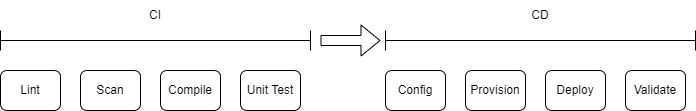
codebytes/github-actions-demos keeps this draw.io diagram as slides/img/pipelines.drawio.png. Above is the earlier version. Source tidied: cells renumbered, new cells last; positions are measured from the earlier drawing's top-left corner, leaving out a move shared by most shapes. Its diagram source:
```xml
<mxGraphModel>
  <root>
    <mxCell id="0" />
    <mxCell id="1" parent="0" />
    <mxCell id="2" value="Lint" style="rounded=1;whiteSpace=wrap;html=1;" parent="1" vertex="1">
      <mxGeometry y="70" width="60" height="40" as="geometry" />
    </mxCell>
    <mxCell id="3" style="shape=crossbar;whiteSpace=wrap;html=1;rounded=1;" parent="1" vertex="1">
      <mxGeometry y="30" width="310" height="20" as="geometry" />
    </mxCell>
    <mxCell id="4" value="CI" style="text;html=1;strokeColor=none;fillColor=none;align=center;verticalAlign=middle;whiteSpace=wrap;rounded=0;" parent="1" vertex="1">
      <mxGeometry x="125" width="60" height="30" as="geometry" />
    </mxCell>
    <mxCell id="5" value="Scan" style="rounded=1;whiteSpace=wrap;html=1;" parent="1" vertex="1">
      <mxGeometry x="80" y="70" width="60" height="40" as="geometry" />
    </mxCell>
    <mxCell id="6" value="Compile" style="rounded=1;whiteSpace=wrap;html=1;" parent="1" vertex="1">
      <mxGeometry x="160" y="70" width="60" height="40" as="geometry" />
    </mxCell>
    <mxCell id="7" value="Unit Test" style="rounded=1;whiteSpace=wrap;html=1;" parent="1" vertex="1">
      <mxGeometry x="240" y="70" width="60" height="40" as="geometry" />
    </mxCell>
    <mxCell id="8" value="Config" style="rounded=1;whiteSpace=wrap;html=1;" parent="1" vertex="1">
      <mxGeometry x="385" y="70" width="60" height="40" as="geometry" />
    </mxCell>
    <mxCell id="9" style="shape=crossbar;whiteSpace=wrap;html=1;rounded=1;" parent="1" vertex="1">
      <mxGeometry x="385" y="30" width="310" height="20" as="geometry" />
    </mxCell>
    <mxCell id="10" value="CD" style="text;html=1;strokeColor=none;fillColor=none;align=center;verticalAlign=middle;whiteSpace=wrap;rounded=0;" parent="1" vertex="1">
      <mxGeometry x="510" width="60" height="30" as="geometry" />
    </mxCell>
    <mxCell id="11" value="Provision" style="rounded=1;whiteSpace=wrap;html=1;" parent="1" vertex="1">
      <mxGeometry x="465" y="70" width="60" height="40" as="geometry" />
    </mxCell>
    <mxCell id="12" value="Deploy" style="rounded=1;whiteSpace=wrap;html=1;" parent="1" vertex="1">
      <mxGeometry x="545" y="70" width="60" height="40" as="geometry" />
    </mxCell>
    <mxCell id="13" value="Validate" style="rounded=1;whiteSpace=wrap;html=1;" parent="1" vertex="1">
      <mxGeometry x="625" y="70" width="60" height="40" as="geometry" />
    </mxCell>
    <mxCell id="14" style="shape=flexArrow;endArrow=classic;html=1;" parent="1" edge="1">
      <mxGeometry relative="1" as="geometry">
        <mxPoint x="320" y="40" as="sourcePoint" />
        <mxPoint x="380" y="40" as="targetPoint" />
      </mxGeometry>
    </mxCell>
  </root>
</mxGraphModel>
```
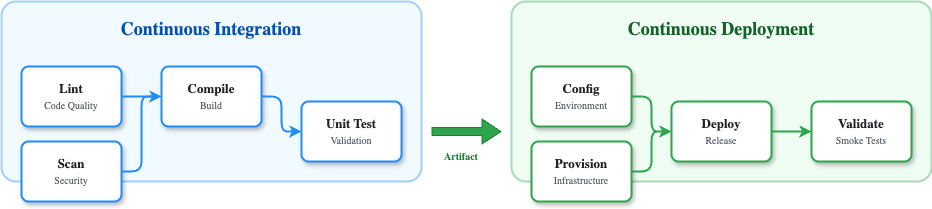
Later version of the same file.

What changed in the source:
```diff
@@ -2,47 +2,68 @@
   <root>
     <mxCell id="0" />
     <mxCell id="1" parent="0" />
-    <mxCell id="2" value="Lint" style="rounded=1;whiteSpace=wrap;html=1;" parent="1" vertex="1">
-      <mxGeometry y="70" width="60" height="40" as="geometry" />
-    </mxCell>
-    <mxCell id="3" style="shape=crossbar;whiteSpace=wrap;html=1;rounded=1;" parent="1" vertex="1">
-      <mxGeometry y="30" width="310" height="20" as="geometry" />
-    </mxCell>
-    <mxCell id="4" value="CI" style="text;html=1;strokeColor=none;fillColor=none;align=center;verticalAlign=middle;whiteSpace=wrap;rounded=0;" parent="1" vertex="1">
-      <mxGeometry x="125" width="60" height="30" as="geometry" />
-    </mxCell>
-    <mxCell id="5" value="Scan" style="rounded=1;whiteSpace=wrap;html=1;" parent="1" vertex="1">
-      <mxGeometry x="80" y="70" width="60" height="40" as="geometry" />
-    </mxCell>
-    <mxCell id="6" value="Compile" style="rounded=1;whiteSpace=wrap;html=1;" parent="1" vertex="1">
-      <mxGeometry x="160" y="70" width="60" height="40" as="geometry" />
-    </mxCell>
-    <mxCell id="7" value="Unit Test" style="rounded=1;whiteSpace=wrap;html=1;" parent="1" vertex="1">
-      <mxGeometry x="240" y="70" width="60" height="40" as="geometry" />
-    </mxCell>
-    <mxCell id="8" value="Config" style="rounded=1;whiteSpace=wrap;html=1;" parent="1" vertex="1">
-      <mxGeometry x="385" y="70" width="60" height="40" as="geometry" />
-    </mxCell>
-    <mxCell id="9" style="shape=crossbar;whiteSpace=wrap;html=1;rounded=1;" parent="1" vertex="1">
-      <mxGeometry x="385" y="30" width="310" height="20" as="geometry" />
-    </mxCell>
-    <mxCell id="10" value="CD" style="text;html=1;strokeColor=none;fillColor=none;align=center;verticalAlign=middle;whiteSpace=wrap;rounded=0;" parent="1" vertex="1">
-      <mxGeometry x="510" width="60" height="30" as="geometry" />
-    </mxCell>
-    <mxCell id="11" value="Provision" style="rounded=1;whiteSpace=wrap;html=1;" parent="1" vertex="1">
-      <mxGeometry x="465" y="70" width="60" height="40" as="geometry" />
-    </mxCell>
-    <mxCell id="12" value="Deploy" style="rounded=1;whiteSpace=wrap;html=1;" parent="1" vertex="1">
-      <mxGeometry x="545" y="70" width="60" height="40" as="geometry" />
-    </mxCell>
-    <mxCell id="13" value="Validate" style="rounded=1;whiteSpace=wrap;html=1;" parent="1" vertex="1">
-      <mxGeometry x="625" y="70" width="60" height="40" as="geometry" />
-    </mxCell>
-    <mxCell id="14" style="shape=flexArrow;endArrow=classic;html=1;" parent="1" edge="1">
-      <mxGeometry relative="1" as="geometry">
-        <mxPoint x="320" y="40" as="sourcePoint" />
-        <mxPoint x="380" y="40" as="targetPoint" />
-      </mxGeometry>
-    </mxCell>
+    <mxCell id="15" style="rounded=1;whiteSpace=wrap;html=1;fillColor=#ddf4ff;strokeColor=#218bff;strokeWidth=2;arcSize=8;dashed=0;opacity=40;" parent="1" vertex="1">
+      <mxGeometry x="-10" y="-60" width="420" height="180" as="geometry" />
+    </mxCell>
+    <mxCell id="16" value="&lt;b&gt;Continuous Integration&lt;/b&gt;" style="text;html=1;strokeColor=none;fillColor=none;align=center;verticalAlign=middle;whiteSpace=wrap;rounded=0;fontSize=18;fontColor=#0550ae;fontFamily=Segoe UI;" parent="1" vertex="1">
+      <mxGeometry x="70" y="-50" width="260" height="36" as="geometry" />
+    </mxCell>
+    <mxCell id="17" value="&lt;b&gt;Lint&lt;/b&gt;&lt;br&gt;&lt;font style=&quot;font-size:10px;color:#59636e&quot;&gt;Code Quality&lt;/font&gt;" style="rounded=1;whiteSpace=wrap;html=1;fillColor=#ffffff;strokeColor=#218bff;strokeWidth=2;arcSize=12;fontSize=13;fontColor=#1f2328;fontFamily=Segoe UI;shadow=1;" parent="1" vertex="1">
+      <mxGeometry x="10" y="5" width="100" height="60" as="geometry" />
+    </mxCell>
+    <mxCell id="18" value="&lt;b&gt;Scan&lt;/b&gt;&lt;br&gt;&lt;font style=&quot;font-size:10px;color:#59636e&quot;&gt;Security&lt;/font&gt;" style="rounded=1;whiteSpace=wrap;html=1;fillColor=#ffffff;strokeColor=#218bff;strokeWidth=2;arcSize=12;fontSize=13;fontColor=#1f2328;fontFamily=Segoe UI;shadow=1;" parent="1" vertex="1">
+      <mxGeometry x="10" y="80" width="100" height="60" as="geometry" />
+    </mxCell>
+    <mxCell id="19" value="&lt;b&gt;Compile&lt;/b&gt;&lt;br&gt;&lt;font style=&quot;font-size:10px;color:#59636e&quot;&gt;Build&lt;/font&gt;" style="rounded=1;whiteSpace=wrap;html=1;fillColor=#ffffff;strokeColor=#218bff;strokeWidth=2;arcSize=12;fontSize=13;fontColor=#1f2328;fontFamily=Segoe UI;shadow=1;" parent="1" vertex="1">
+      <mxGeometry x="150" y="5" width="100" height="60" as="geometry" />
+    </mxCell>
+    <mxCell id="20" value="&lt;b&gt;Unit Test&lt;/b&gt;&lt;br&gt;&lt;font style=&quot;font-size:10px;color:#59636e&quot;&gt;Validation&lt;/font&gt;" style="rounded=1;whiteSpace=wrap;html=1;fillColor=#ffffff;strokeColor=#218bff;strokeWidth=2;arcSize=12;fontSize=13;fontColor=#1f2328;fontFamily=Segoe UI;shadow=1;" parent="1" vertex="1">
+      <mxGeometry x="290" y="40" width="100" height="60" as="geometry" />
+    </mxCell>
+    <mxCell id="21" style="edgeStyle=orthogonalEdgeStyle;rounded=1;jettySize=auto;html=1;strokeColor=#218bff;strokeWidth=2;entryX=0;entryY=0.5;entryDx=0;entryDy=0;exitX=1;exitY=0.5;exitDx=0;exitDy=0;" parent="1" edge="1" source="17" target="19">
+      <mxGeometry relative="1" as="geometry" />
+    </mxCell>
+    <mxCell id="22" style="edgeStyle=orthogonalEdgeStyle;rounded=1;jettySize=auto;html=1;strokeColor=#218bff;strokeWidth=2;entryX=0;entryY=0.5;entryDx=0;entryDy=0;exitX=1;exitY=0.5;exitDx=0;exitDy=0;" parent="1" edge="1" source="18" target="19">
+      <mxGeometry relative="1" as="geometry" />
+    </mxCell>
+    <mxCell id="23" style="edgeStyle=orthogonalEdgeStyle;rounded=1;jettySize=auto;html=1;strokeColor=#218bff;strokeWidth=2;entryX=0;entryY=0.5;entryDx=0;entryDy=0;exitX=1;exitY=0.5;exitDx=0;exitDy=0;" parent="1" edge="1" source="19" target="20">
+      <mxGeometry relative="1" as="geometry" />
+    </mxCell>
+    <mxCell id="24" style="shape=flexArrow;endArrow=classic;html=1;fillColor=#2da44e;strokeColor=#1a7f37;endWidth=16;endSize=6;width=8;" parent="1" edge="1">
+      <mxGeometry relative="1" as="geometry">
+        <mxPoint x="420" y="70" as="sourcePoint" />
+        <mxPoint x="490" y="70" as="targetPoint" />
+      </mxGeometry>
+    </mxCell>
+    <mxCell id="25" value="&lt;font style=&quot;font-size:10px;color:#1a7f37&quot;&gt;&lt;b&gt;Artifact&lt;/b&gt;&lt;/font&gt;" style="text;html=1;strokeColor=none;fillColor=none;align=center;verticalAlign=middle;whiteSpace=wrap;rounded=0;fontFamily=Segoe UI;" parent="1" vertex="1">
+      <mxGeometry x="420" y="85" width="60" height="20" as="geometry" />
+    </mxCell>
+    <mxCell id="26" style="rounded=1;whiteSpace=wrap;html=1;fillColor=#dafbe1;strokeColor=#2da44e;strokeWidth=2;arcSize=8;dashed=0;opacity=40;" parent="1" vertex="1">
+      <mxGeometry x="500" y="-60" width="420" height="180" as="geometry" />
+    </mxCell>
+    <mxCell id="27" value="&lt;b&gt;Continuous Deployment&lt;/b&gt;" style="text;html=1;strokeColor=none;fillColor=none;align=center;verticalAlign=middle;whiteSpace=wrap;rounded=0;fontSize=18;fontColor=#116329;fontFamily=Segoe UI;" parent="1" vertex="1">
+      <mxGeometry x="580" y="-50" width="260" height="36" as="geometry" />
+    </mxCell>
+    <mxCell id="28" value="&lt;b&gt;Config&lt;/b&gt;&lt;br&gt;&lt;font style=&quot;font-size:10px;color:#59636e&quot;&gt;Environment&lt;/font&gt;" style="rounded=1;whiteSpace=wrap;html=1;fillColor=#ffffff;strokeColor=#2da44e;strokeWidth=2;arcSize=12;fontSize=13;fontColor=#1f2328;fontFamily=Segoe UI;shadow=1;" parent="1" vertex="1">
+      <mxGeometry x="520" y="5" width="100" height="60" as="geometry" />
+    </mxCell>
+    <mxCell id="29" value="&lt;b&gt;Provision&lt;/b&gt;&lt;br&gt;&lt;font style=&quot;font-size:10px;color:#59636e&quot;&gt;Infrastructure&lt;/font&gt;" style="rounded=1;whiteSpace=wrap;html=1;fillColor=#ffffff;strokeColor=#2da44e;strokeWidth=2;arcSize=12;fontSize=13;fontColor=#1f2328;fontFamily=Segoe UI;shadow=1;" parent="1" vertex="1">
+      <mxGeometry x="520" y="80" width="100" height="60" as="geometry" />
+    </mxCell>
+    <mxCell id="30" value="&lt;b&gt;Deploy&lt;/b&gt;&lt;br&gt;&lt;font style=&quot;font-size:10px;color:#59636e&quot;&gt;Release&lt;/font&gt;" style="rounded=1;whiteSpace=wrap;html=1;fillColor=#ffffff;strokeColor=#2da44e;strokeWidth=2;arcSize=12;fontSize=13;fontColor=#1f2328;fontFamily=Segoe UI;shadow=1;" parent="1" vertex="1">
+      <mxGeometry x="660" y="40" width="100" height="60" as="geometry" />
+    </mxCell>
+    <mxCell id="31" value="&lt;b&gt;Validate&lt;/b&gt;&lt;br&gt;&lt;font style=&quot;font-size:10px;color:#59636e&quot;&gt;Smoke Tests&lt;/font&gt;" style="rounded=1;whiteSpace=wrap;html=1;fillColor=#ffffff;strokeColor=#2da44e;strokeWidth=2;arcSize=12;fontSize=13;fontColor=#1f2328;fontFamily=Segoe UI;shadow=1;" parent="1" vertex="1">
+      <mxGeometry x="800" y="40" width="100" height="60" as="geometry" />
+    </mxCell>
+    <mxCell id="32" style="edgeStyle=orthogonalEdgeStyle;rounded=1;jettySize=auto;html=1;strokeColor=#2da44e;strokeWidth=2;entryX=0;entryY=0.5;entryDx=0;entryDy=0;exitX=1;exitY=0.5;exitDx=0;exitDy=0;" parent="1" edge="1" source="28" target="30">
+      <mxGeometry relative="1" as="geometry" />
+    </mxCell>
+    <mxCell id="33" style="edgeStyle=orthogonalEdgeStyle;rounded=1;jettySize=auto;html=1;strokeColor=#2da44e;strokeWidth=2;entryX=0;entryY=0.5;entryDx=0;entryDy=0;exitX=1;exitY=0.5;exitDx=0;exitDy=0;" parent="1" edge="1" source="29" target="30">
+      <mxGeometry relative="1" as="geometry" />
+    </mxCell>
+    <mxCell id="34" style="edgeStyle=orthogonalEdgeStyle;rounded=1;jettySize=auto;html=1;strokeColor=#2da44e;strokeWidth=2;entryX=0;entryY=0.5;entryDx=0;entryDy=0;exitX=1;exitY=0.5;exitDx=0;exitDy=0;" parent="1" edge="1" source="30" target="31">
+      <mxGeometry relative="1" as="geometry" />
+    </mxCell>
   </root>
 </mxGraphModel>
```
